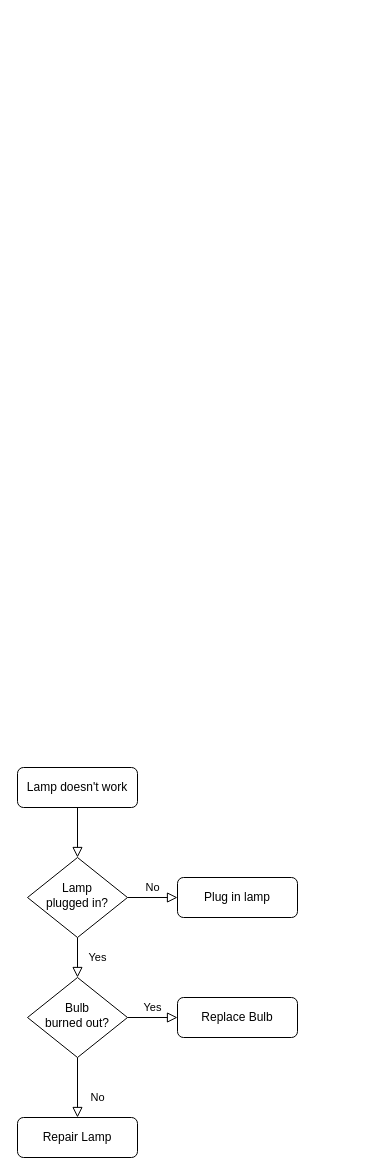
Above: Untitled Diagram.drawio in Akashpandey268/Flowcharts (draw.io), before the change. Source tidied: cells renumbered, new cells numbered last; positions are measured from the earlier drawing's top-left corner, leaving out a move shared by most shapes. Both pictures are drawn from the tidied source at 100%, with x=0, y=0 at pixel (17, 767).
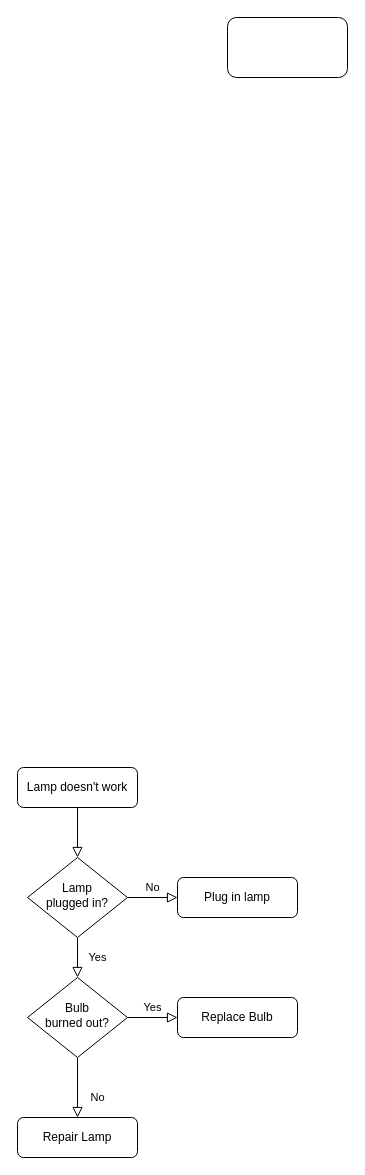
Above is the later version.

What changed in the source:
```diff
@@
 <mxGraphModel>
   <root>
     <mxCell id="0" />
     <mxCell id="1" parent="0" />
     <mxCell id="2" style="rounded=0;html=1;jettySize=auto;fontSize=11;endArrow=block;endFill=0;endSize=8;strokeWidth=1;shadow=0;labelBackgroundColor=none;edgeStyle=orthogonalEdgeStyle;" parent="1" edge="1" source="3" target="6">
       <mxGeometry relative="1" as="geometry" />
     </mxCell>
     <mxCell id="3" value="Lamp doesn't work" style="rounded=1;whiteSpace=wrap;html=1;fontSize=12;glass=0;strokeWidth=1;shadow=0;" parent="1" vertex="1">
       <mxGeometry width="120" height="40" as="geometry" />
     </mxCell>
     <mxCell id="4" value="Yes" style="rounded=0;html=1;jettySize=auto;fontSize=11;endArrow=block;endFill=0;endSize=8;strokeWidth=1;shadow=0;labelBackgroundColor=none;edgeStyle=orthogonalEdgeStyle;" parent="1" edge="1" source="6" target="10">
       <mxGeometry y="20" relative="1" as="geometry" />
     </mxCell>
     <mxCell id="5" value="No" style="edgeStyle=orthogonalEdgeStyle;rounded=0;html=1;jettySize=auto;fontSize=11;endArrow=block;endFill=0;endSize=8;strokeWidth=1;shadow=0;labelBackgroundColor=none;" parent="1" edge="1" source="6" target="7">
       <mxGeometry y="10" relative="1" as="geometry" />
     </mxCell>
     <mxCell id="6" value="Lamp&lt;br&gt;plugged in?" style="rhombus;whiteSpace=wrap;html=1;shadow=0;fontFamily=Helvetica;fontSize=12;align=center;strokeWidth=1;spacing=6;spacingTop=-4;" parent="1" vertex="1">
       <mxGeometry x="10" y="90" width="100" height="80" as="geometry" />
     </mxCell>
     <mxCell id="7" value="Plug in lamp" style="rounded=1;whiteSpace=wrap;html=1;fontSize=12;glass=0;strokeWidth=1;shadow=0;" parent="1" vertex="1">
       <mxGeometry x="160" y="110" width="120" height="40" as="geometry" />
     </mxCell>
     <mxCell id="8" value="No" style="rounded=0;html=1;jettySize=auto;fontSize=11;endArrow=block;endFill=0;endSize=8;strokeWidth=1;shadow=0;labelBackgroundColor=none;edgeStyle=orthogonalEdgeStyle;" parent="1" edge="1" source="10" target="11">
       <mxGeometry x="0.33" y="20" relative="1" as="geometry" />
     </mxCell>
     <mxCell id="9" value="Yes" style="edgeStyle=orthogonalEdgeStyle;rounded=0;html=1;jettySize=auto;fontSize=11;endArrow=block;endFill=0;endSize=8;strokeWidth=1;shadow=0;labelBackgroundColor=none;" parent="1" edge="1" source="10" target="12">
       <mxGeometry y="10" relative="1" as="geometry" />
     </mxCell>
     <mxCell id="10" value="Bulb&lt;br&gt;burned out?" style="rhombus;whiteSpace=wrap;html=1;shadow=0;fontFamily=Helvetica;fontSize=12;align=center;strokeWidth=1;spacing=6;spacingTop=-4;" parent="1" vertex="1">
       <mxGeometry x="10" y="210" width="100" height="80" as="geometry" />
     </mxCell>
     <mxCell id="11" value="Repair Lamp" style="rounded=1;whiteSpace=wrap;html=1;fontSize=12;glass=0;strokeWidth=1;shadow=0;" parent="1" vertex="1">
       <mxGeometry y="350" width="120" height="40" as="geometry" />
     </mxCell>
     <mxCell id="12" value="Replace Bulb" style="rounded=1;whiteSpace=wrap;html=1;fontSize=12;glass=0;strokeWidth=1;shadow=0;" parent="1" vertex="1">
       <mxGeometry x="160" y="230" width="120" height="40" as="geometry" />
     </mxCell>
+    <mxCell id="13" style="rounded=1;whiteSpace=wrap;html=1;" parent="1" vertex="1">
+      <mxGeometry x="210" y="-750" width="120" height="60" as="geometry" />
+    </mxCell>
   </root>
 </mxGraphModel>
```
